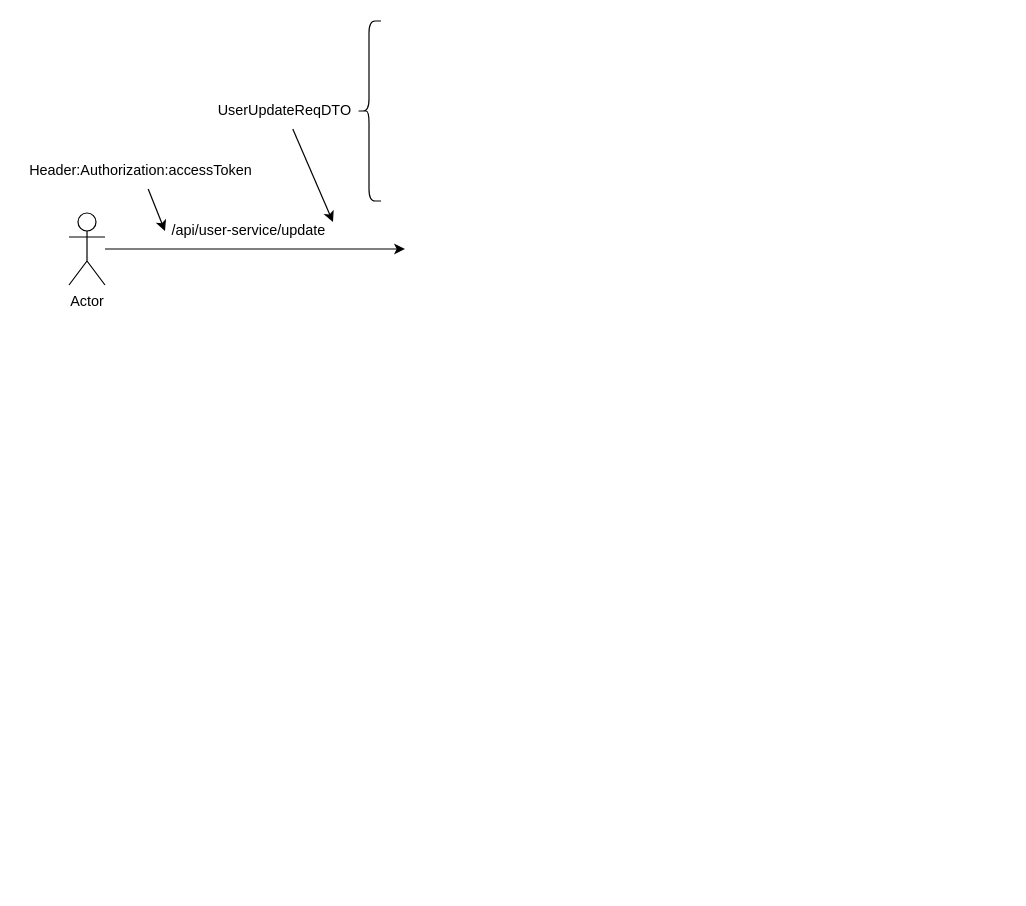
Sophomore-year/railway_12306 keeps this draw.io diagram as page "修改用户" (4 of 4) of draw/user-service/用户控制层.drawio. Above is the earlier version. Source tidied: cells renumbered, new cells numbered last; positions are measured from the earlier drawing's top-left corner, leaving out a move shared by most shapes. Both pictures are drawn from the tidied source at 120%, with x=0, y=0 at pixel (68, 20).
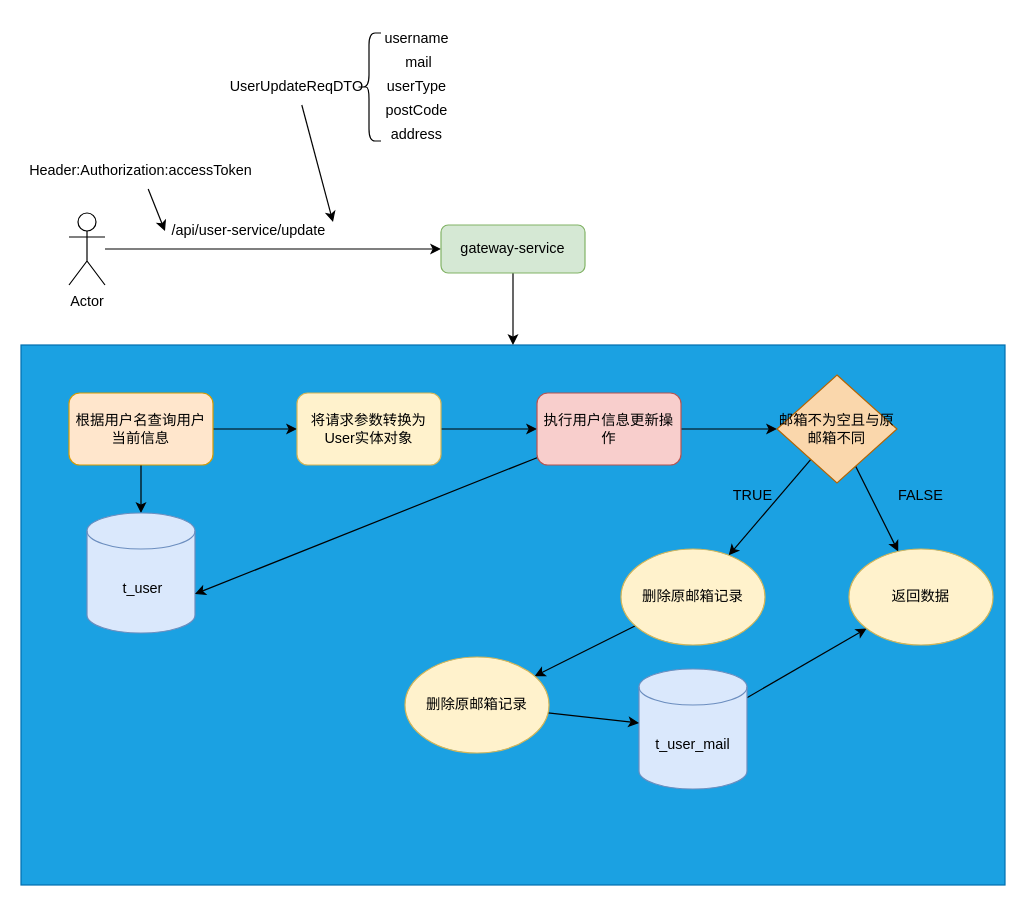
Above is the later version.

Commit message (it also covers changes not shown here):
feat(draw): 更新用户服务流程图并优化布局

- 调整用户控制层图表尺寸和坐标位置
- 添加用户修改功能流程图并更新相关组件
- 重新设计用户登录控制层图表结构
- 优化图形元素坐标和布局参数
- 更新图表文件头信息和版本号
- 重构用户注册验证流程展示

The change refers to these unchanged cells:
```xml
<mxCell id="3" value="Actor" style="shape=umlActor;verticalLabelPosition=bottom;verticalAlign=top;html=1;outlineConnect=0;" parent="1" vertex="1">
  <mxGeometry y="160" width="30" height="60" as="geometry" />
</mxCell>
```

Change to the diagram source:
```diff
@@
+    <mxCell id="10" style="rounded=0;whiteSpace=wrap;html=1;fillColor=#1ba1e2;fontColor=#ffffff;strokeColor=#006EAF;" parent="1" vertex="1">
+      <mxGeometry x="-40" y="270" width="820" height="450" as="geometry" />
+    </mxCell>
-    <mxCell id="2" style="edgeStyle=orthogonalEdgeStyle;rounded=0;jettySize=auto;html=1;" parent="1" edge="1" source="3">
-      <mxGeometry relative="1" as="geometry">
-        <mxPoint x="280" y="190" as="targetPoint" />
-      </mxGeometry>
+    <mxCell id="2" style="edgeStyle=orthogonalEdgeStyle;rounded=0;jettySize=auto;html=1;" parent="1" edge="1" source="3" target="17">
+      <mxGeometry relative="1" as="geometry" />
     </mxCell>
@@
     <mxCell id="4" style="shape=curlyBracket;whiteSpace=wrap;html=1;rounded=1;labelPosition=left;verticalLabelPosition=middle;align=right;verticalAlign=middle;" parent="1" vertex="1">
-      <mxGeometry x="240" width="20" height="150" as="geometry" />
+      <mxGeometry x="240" y="10" width="20" height="90" as="geometry" />
     </mxCell>
@@
     <mxCell id="6" value="UserUpdateReqDTO" style="text;html=1;whiteSpace=wrap;strokeColor=none;fillColor=none;align=center;verticalAlign=middle;rounded=0;" parent="1" vertex="1">
-      <mxGeometry x="150" y="60" width="60" height="30" as="geometry" />
+      <mxGeometry x="160" y="40" width="60" height="30" as="geometry" />
     </mxCell>
@@
+    <mxCell id="11" value="username" style="text;html=1;whiteSpace=wrap;strokeColor=none;fillColor=none;align=center;verticalAlign=middle;rounded=0;" parent="1" vertex="1">
+      <mxGeometry x="260" width="60" height="30" as="geometry" />
+    </mxCell>
+    <mxCell id="12" value="&amp;nbsp;mail" style="text;html=1;whiteSpace=wrap;strokeColor=none;fillColor=none;align=center;verticalAlign=middle;rounded=0;" parent="1" vertex="1">
+      <mxGeometry x="260" y="20" width="60" height="30" as="geometry" />
+    </mxCell>
+    <mxCell id="13" value="userType" style="text;html=1;whiteSpace=wrap;strokeColor=none;fillColor=none;align=center;verticalAlign=middle;rounded=0;" parent="1" vertex="1">
+      <mxGeometry x="260" y="40" width="60" height="30" as="geometry" />
+    </mxCell>
+    <mxCell id="14" value="postCode" style="text;html=1;whiteSpace=wrap;strokeColor=none;fillColor=none;align=center;verticalAlign=middle;rounded=0;" parent="1" vertex="1">
+      <mxGeometry x="260" y="60" width="60" height="30" as="geometry" />
+    </mxCell>
+    <mxCell id="15" value="address" style="text;html=1;whiteSpace=wrap;strokeColor=none;fillColor=none;align=center;verticalAlign=middle;rounded=0;" parent="1" vertex="1">
+      <mxGeometry x="260" y="80" width="60" height="30" as="geometry" />
+    </mxCell>
+    <mxCell id="16" style="edgeStyle=orthogonalEdgeStyle;rounded=0;jettySize=auto;html=1;" parent="1" edge="1" source="17" target="10">
+      <mxGeometry relative="1" as="geometry" />
+    </mxCell>
+    <mxCell id="17" value="gateway-service" style="rounded=1;whiteSpace=wrap;html=1;fillColor=#d5e8d4;strokeColor=#82b366;" parent="1" vertex="1">
+      <mxGeometry x="310" y="170" width="120" height="40" as="geometry" />
+    </mxCell>
+    <mxCell id="18" style="edgeStyle=orthogonalEdgeStyle;rounded=0;jettySize=auto;html=1;" parent="1" edge="1" source="20" target="21">
+      <mxGeometry relative="1" as="geometry" />
+    </mxCell>
+    <mxCell id="19" style="edgeStyle=orthogonalEdgeStyle;rounded=0;jettySize=auto;html=1;" parent="1" edge="1" source="20" target="25">
+      <mxGeometry relative="1" as="geometry" />
+    </mxCell>
+    <mxCell id="20" value="根据用户名查询用户当前信息" style="rounded=1;whiteSpace=wrap;html=1;fillColor=#ffe6cc;strokeColor=#d79b00;" parent="1" vertex="1">
+      <mxGeometry y="310" width="120" height="60" as="geometry" />
+    </mxCell>
+    <mxCell id="21" value="&amp;nbsp;t_user" style="shape=cylinder3;whiteSpace=wrap;html=1;boundedLbl=1;backgroundOutline=1;size=15;fillColor=#dae8fc;strokeColor=#6c8ebf;" parent="1" vertex="1">
+      <mxGeometry x="15" y="410" width="90" height="100" as="geometry" />
+    </mxCell>
+    <mxCell id="22" style="rounded=0;jettySize=auto;html=1;" parent="1" edge="1" source="23" target="32">
+      <mxGeometry relative="1" as="geometry" />
+    </mxCell>
+    <mxCell id="23" value="t_user_mail" style="shape=cylinder3;whiteSpace=wrap;html=1;boundedLbl=1;backgroundOutline=1;size=15;fillColor=#dae8fc;strokeColor=#6c8ebf;" parent="1" vertex="1">
+      <mxGeometry x="475" y="540" width="90" height="100" as="geometry" />
+    </mxCell>
+    <mxCell id="24" style="edgeStyle=orthogonalEdgeStyle;rounded=0;jettySize=auto;html=1;" parent="1" edge="1" source="25" target="27">
+      <mxGeometry relative="1" as="geometry" />
+    </mxCell>
+    <mxCell id="25" value="将请求参数转换为User实体对象" style="rounded=1;whiteSpace=wrap;html=1;fillColor=#fff2cc;strokeColor=#d6b656;" parent="1" vertex="1">
+      <mxGeometry x="190" y="310" width="120" height="60" as="geometry" />
+    </mxCell>
+    <mxCell id="26" style="edgeStyle=orthogonalEdgeStyle;rounded=0;jettySize=auto;html=1;" parent="1" edge="1" source="27" target="31">
+      <mxGeometry relative="1" as="geometry" />
+    </mxCell>
+    <mxCell id="27" value="执行用户信息更新操作" style="rounded=1;whiteSpace=wrap;html=1;fillColor=#f8cecc;strokeColor=#b85450;" parent="1" vertex="1">
+      <mxGeometry x="390" y="310" width="120" height="60" as="geometry" />
+    </mxCell>
+    <mxCell id="28" style="rounded=0;jettySize=auto;html=1;entryX=1;entryY=0;entryDx=0;entryDy=67.5;entryPerimeter=0;" parent="1" edge="1" source="27" target="21">
+      <mxGeometry relative="1" as="geometry" />
+    </mxCell>
+    <mxCell id="29" style="rounded=0;jettySize=auto;html=1;" parent="1" edge="1" source="31" target="34">
+      <mxGeometry relative="1" as="geometry" />
+    </mxCell>
+    <mxCell id="30" style="rounded=0;jettySize=auto;html=1;" parent="1" edge="1" source="31" target="32">
+      <mxGeometry relative="1" as="geometry" />
+    </mxCell>
+    <mxCell id="31" value="&lt;div&gt;邮箱不为空且与原邮箱不同&lt;/div&gt;" style="rhombus;whiteSpace=wrap;html=1;fillColor=#fad7ac;strokeColor=#b46504;" parent="1" vertex="1">
+      <mxGeometry x="590" y="295" width="100" height="90" as="geometry" />
+    </mxCell>
+    <mxCell id="32" value="返回数据" style="ellipse;whiteSpace=wrap;html=1;fillColor=#fff2cc;strokeColor=#d6b656;" parent="1" vertex="1">
+      <mxGeometry x="650" y="440" width="120" height="80" as="geometry" />
+    </mxCell>
+    <mxCell id="33" style="rounded=0;jettySize=auto;html=1;" parent="1" edge="1" source="34" target="38">
+      <mxGeometry relative="1" as="geometry" />
+    </mxCell>
+    <mxCell id="34" value="删除原邮箱记录" style="ellipse;whiteSpace=wrap;html=1;fillColor=#fff2cc;strokeColor=#d6b656;" parent="1" vertex="1">
+      <mxGeometry x="460" y="440" width="120" height="80" as="geometry" />
+    </mxCell>
+    <mxCell id="35" value="TRUE" style="text;html=1;whiteSpace=wrap;strokeColor=none;fillColor=none;align=center;verticalAlign=middle;rounded=0;" parent="1" vertex="1">
+      <mxGeometry x="540" y="381" width="60" height="30" as="geometry" />
+    </mxCell>
+    <mxCell id="36" value="FALSE" style="text;html=1;whiteSpace=wrap;strokeColor=none;fillColor=none;align=center;verticalAlign=middle;rounded=0;" parent="1" vertex="1">
+      <mxGeometry x="680" y="381" width="60" height="30" as="geometry" />
+    </mxCell>
+    <mxCell id="37" style="rounded=0;jettySize=auto;html=1;" parent="1" edge="1" source="38" target="23">
+      <mxGeometry relative="1" as="geometry" />
+    </mxCell>
+    <mxCell id="38" value="删除原邮箱记录" style="ellipse;whiteSpace=wrap;html=1;fillColor=#fff2cc;strokeColor=#d6b656;" parent="1" vertex="1">
+      <mxGeometry x="280" y="530" width="120" height="80" as="geometry" />
+    </mxCell>
```
